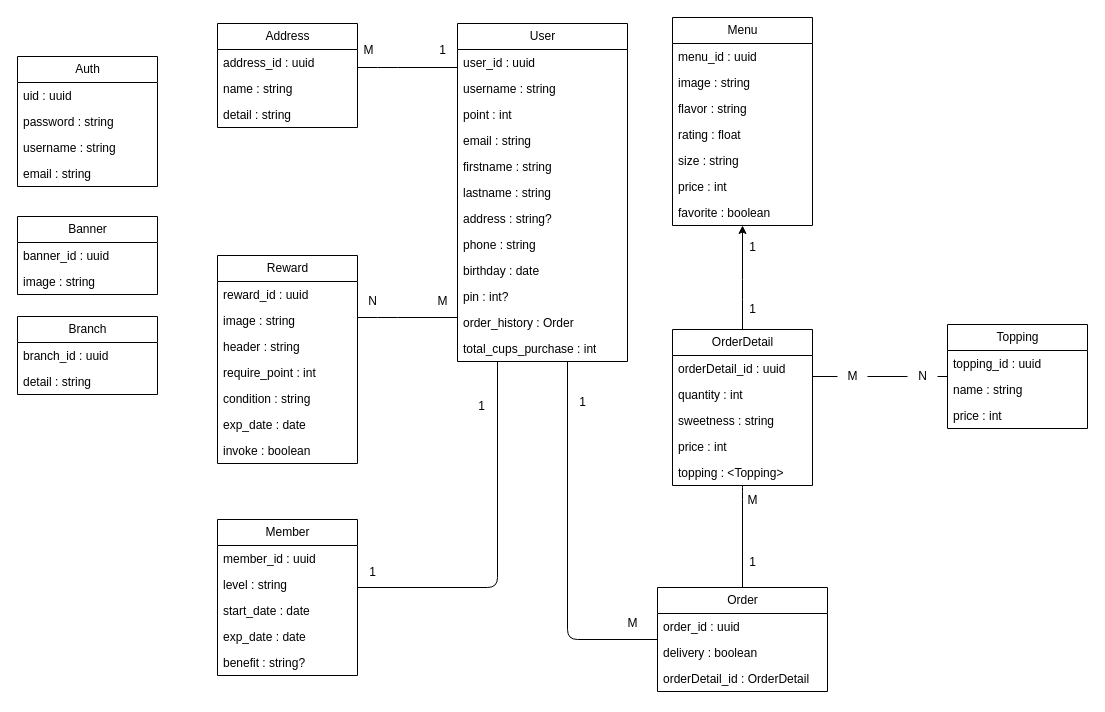
Earlier version of the draw.io diagram diagram/shakey.drawio (TenNatthaphong/shakey_backend). Source tidied: cells renumbered, new cells numbered last; positions are measured from the earlier drawing's top-left corner, leaving out a move shared by most shapes. Both pictures are drawn from the tidied source at 100%, with x=0, y=0 at pixel (17, 17).
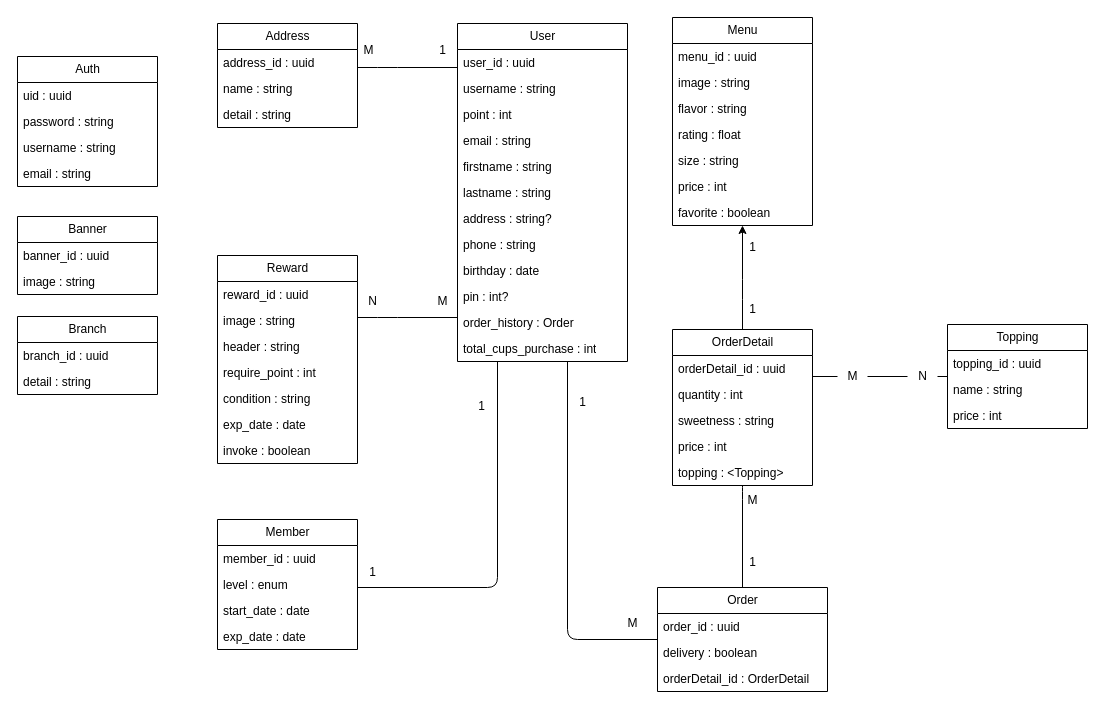
The same page after the edit.

Diff of the diagram source:
```diff
@@
     <mxCell id="35" value="Member" style="swimlane;fontStyle=0;horizontal=1;startSize=26;fillColor=none;html=1;rounded=0;strokeColor=default;" parent="1" vertex="1">
-      <mxGeometry x="200" y="502" width="140" height="156" as="geometry" />
+      <mxGeometry x="200" y="502" width="140" height="130" as="geometry" />
     </mxCell>
@@
-    <mxCell id="37" value="level : string" style="text;strokeColor=none;fillColor=none;align=left;verticalAlign=top;spacingLeft=4;spacingRight=4;overflow=hidden;whiteSpace=wrap;html=1;rounded=0;" parent="35" vertex="1">
+    <mxCell id="37" value="level : enum" style="text;strokeColor=none;fillColor=none;align=left;verticalAlign=top;spacingLeft=4;spacingRight=4;overflow=hidden;whiteSpace=wrap;html=1;rounded=0;" parent="35" vertex="1">
       <mxGeometry y="52" width="140" height="26" as="geometry" />
     </mxCell>
@@
-    <mxCell id="40" value="benefit : string?" style="text;strokeColor=none;fillColor=none;align=left;verticalAlign=top;spacingLeft=4;spacingRight=4;overflow=hidden;whiteSpace=wrap;html=1;rounded=0;" parent="35" vertex="1">
-      <mxGeometry y="130" width="140" height="26" as="geometry" />
-    </mxCell>
```
